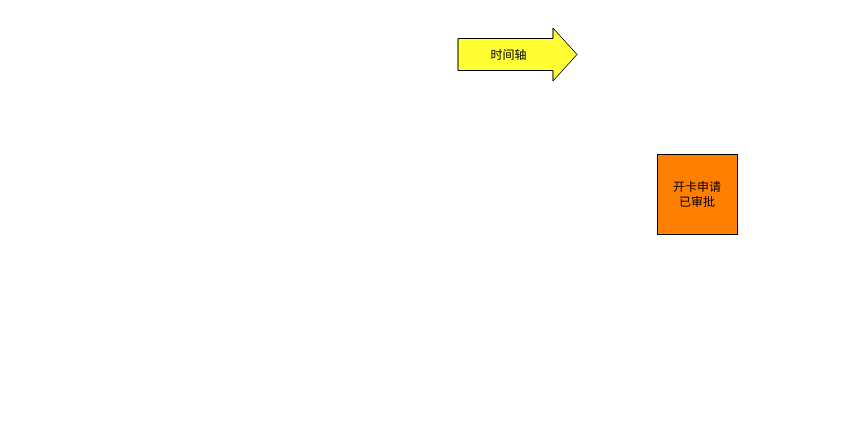
Earlier version of the draw.io diagram EventStormingDemo.drawio (SparkLee/draw-io). Source tidied: cells renumbered, new cells numbered last; positions are measured from the earlier drawing's top-left corner, leaving out a move shared by most shapes. Both pictures are drawn from the tidied source at 100%, with x=0, y=0 at pixel (457, 54).
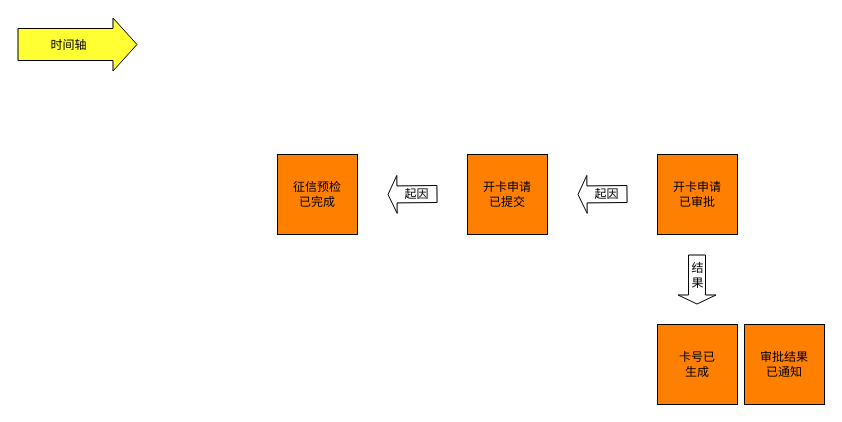
The same diagram, later.

The edit, as a diff of the source:
```diff
@@
     <mxCell id="2" style="shape=flexArrow;endArrow=classic;html=1;width=32;endSize=7.67;fillColor=#FFFF33;" parent="1" edge="1">
       <mxGeometry relative="1" as="geometry">
-        <mxPoint as="sourcePoint" />
-        <mxPoint x="120" as="targetPoint" />
+        <mxPoint x="-440" y="-10" as="sourcePoint" />
+        <mxPoint x="-320" y="-10" as="targetPoint" />
       </mxGeometry>
     </mxCell>
@@
+    <mxCell id="5" style="shape=flexArrow;endArrow=classic;html=1;fillColor=none;width=17;endSize=2.67;labelBackgroundColor=none;" parent="1" edge="1">
+      <mxGeometry relative="1" as="geometry">
+        <mxPoint x="170" y="139.5" as="sourcePoint" />
+        <mxPoint x="120" y="140" as="targetPoint" />
+      </mxGeometry>
+    </mxCell>
+    <mxCell id="6" value="起因" style="text;html=1;align=center;verticalAlign=middle;labelBackgroundColor=none;" parent="5" vertex="1">
+      <mxGeometry x="0.37" y="2" relative="1" as="geometry">
+        <mxPoint x="12" y="-2" as="offset" />
+      </mxGeometry>
+    </mxCell>
+    <mxCell id="7" value="开卡申请&lt;br&gt;已提交" style="whiteSpace=wrap;html=1;labelBackgroundColor=none;fillColor=#FF8000;" parent="1" vertex="1">
+      <mxGeometry x="10" y="100" width="80" height="80" as="geometry" />
+    </mxCell>
+    <mxCell id="8" style="shape=flexArrow;endArrow=classic;html=1;fillColor=none;width=17;endSize=2.67;labelBackgroundColor=none;" parent="1" edge="1">
+      <mxGeometry relative="1" as="geometry">
+        <mxPoint x="-20" y="139.5" as="sourcePoint" />
+        <mxPoint x="-70" y="140" as="targetPoint" />
+      </mxGeometry>
+    </mxCell>
+    <mxCell id="9" value="起因" style="text;html=1;align=center;verticalAlign=middle;labelBackgroundColor=none;" parent="8" vertex="1">
+      <mxGeometry x="0.37" y="2" relative="1" as="geometry">
+        <mxPoint x="12" y="-2" as="offset" />
+      </mxGeometry>
+    </mxCell>
+    <mxCell id="10" value="征信预检&lt;br&gt;已完成" style="whiteSpace=wrap;html=1;labelBackgroundColor=none;fillColor=#FF8000;" parent="1" vertex="1">
+      <mxGeometry x="-180" y="100" width="80" height="80" as="geometry" />
+    </mxCell>
+    <mxCell id="11" style="shape=flexArrow;endArrow=classic;html=1;fillColor=none;width=17;endSize=2.67;labelBackgroundColor=none;" parent="1" edge="1">
+      <mxGeometry relative="1" as="geometry">
+        <mxPoint x="239.5" y="200" as="sourcePoint" />
+        <mxPoint x="239.5" y="250" as="targetPoint" />
+      </mxGeometry>
+    </mxCell>
+    <mxCell id="12" value="结&lt;br&gt;果" style="text;html=1;align=center;verticalAlign=middle;labelBackgroundColor=none;" parent="11" vertex="1">
+      <mxGeometry x="0.37" y="2" relative="1" as="geometry">
+        <mxPoint x="-2.5" y="-14" as="offset" />
+      </mxGeometry>
+    </mxCell>
+    <mxCell id="13" value="卡号已&lt;br&gt;生成" style="whiteSpace=wrap;html=1;labelBackgroundColor=none;fillColor=#FF8000;" parent="1" vertex="1">
+      <mxGeometry x="200" y="270" width="80" height="80" as="geometry" />
+    </mxCell>
+    <mxCell id="14" value="审批结果&lt;br&gt;已通知" style="whiteSpace=wrap;html=1;labelBackgroundColor=none;fillColor=#FF8000;" parent="1" vertex="1">
+      <mxGeometry x="287" y="270" width="80" height="80" as="geometry" />
+    </mxCell>
```
